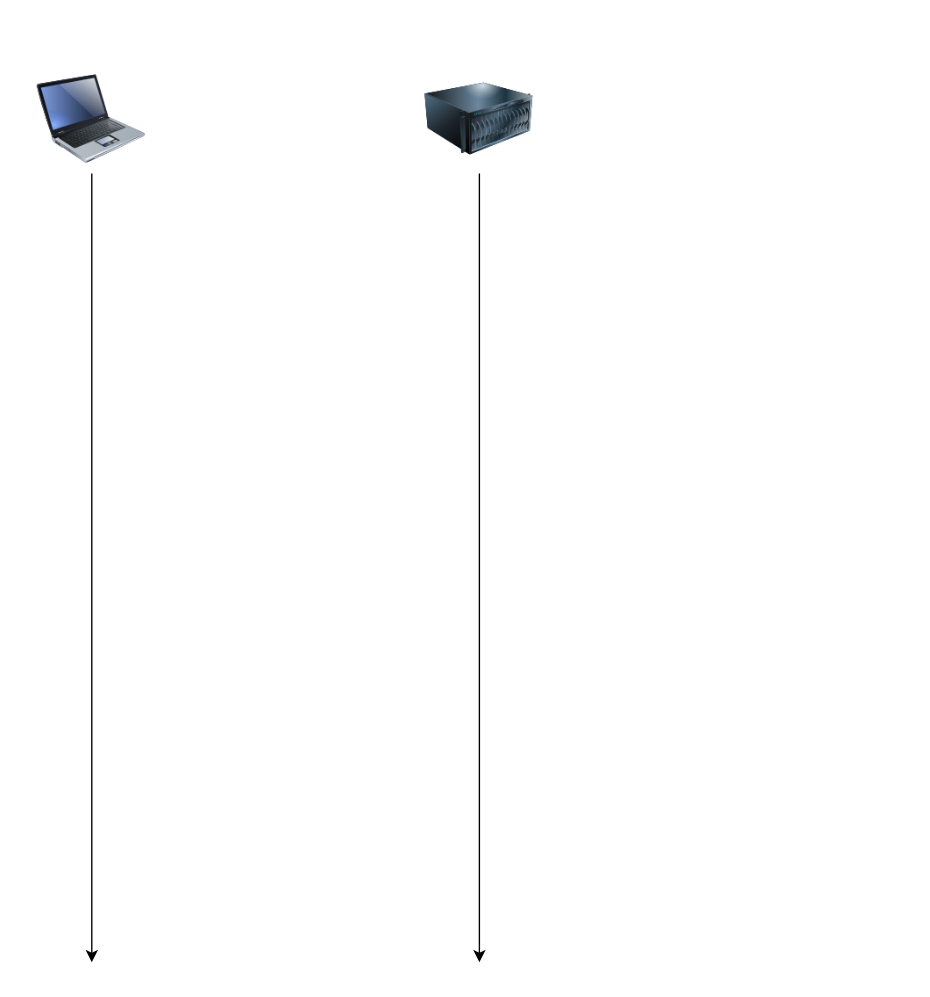
Above: http_tunnel_handshake.drawio in mayurprajapati/drawio (draw.io), before the change. Source tidied: cells renumbered, new cells numbered last; positions are measured from the earlier drawing's top-left corner, leaving out a move shared by most shapes. Both pictures are drawn from the tidied source at 136%, with x=0, y=0 at pixel (37, 64).
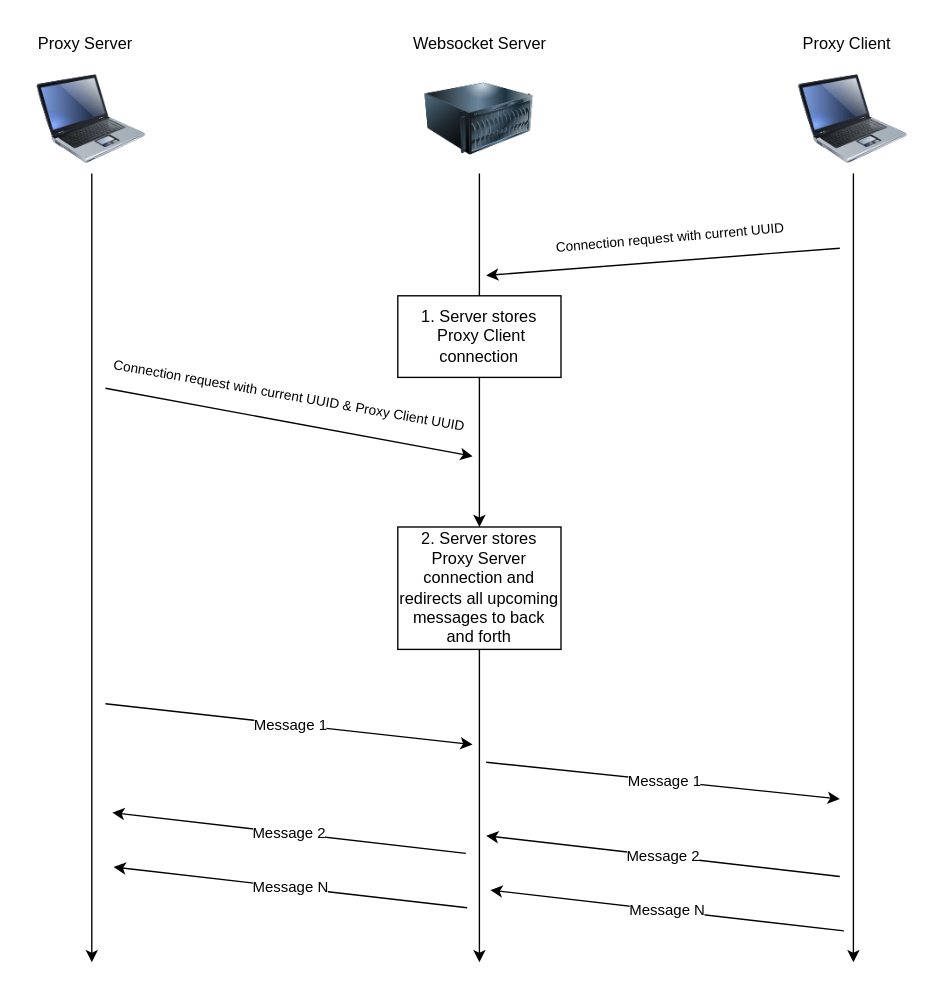
After the change.

Unchanged cells that the change refers to:
```xml
<mxCell id="3" style="image;html=1;image=img/lib/clip_art/computers/Server_128x128.png;" parent="1" vertex="1">
  <mxGeometry x="285" width="80" height="80" as="geometry" />
</mxCell>
```

Change to the diagram source:
```diff
@@
-    <mxCell id="2" style="edgeStyle=orthogonalEdgeStyle;rounded=0;jettySize=auto;html=1;" parent="1" edge="1" source="3">
+    <mxCell id="2" style="edgeStyle=orthogonalEdgeStyle;rounded=0;jettySize=auto;html=1;" parent="1" edge="1" source="17">
       <mxGeometry relative="1" as="geometry">
         <mxPoint x="325" y="660" as="targetPoint" />
       </mxGeometry>
     </mxCell>
@@
+    <mxCell id="6" style="endArrow=classic;html=1;rounded=0;" parent="1" edge="1">
+      <mxGeometry relative="1" as="geometry">
+        <mxPoint x="50" y="238" as="sourcePoint" />
+        <mxPoint x="320" y="288" as="targetPoint" />
+      </mxGeometry>
+    </mxCell>
+    <mxCell id="7" value="&lt;font style=&quot;font-size: 10px;&quot;&gt;Connection request with current UUID &amp;amp; Proxy Client UUID&lt;/font&gt;" style="text;html=1;align=center;verticalAlign=middle;strokeColor=none;fillColor=none;rotation=10;" parent="1" vertex="1">
+      <mxGeometry x="40" y="228" width="290" height="30" as="geometry" />
+    </mxCell>
+    <mxCell id="8" value="Proxy Server" style="text;html=1;align=center;verticalAlign=middle;strokeColor=none;fillColor=none;" parent="1" vertex="1">
+      <mxGeometry x="-10" y="-30" width="90" height="30" as="geometry" />
+    </mxCell>
+    <mxCell id="9" value="Websocket Server" style="text;html=1;align=center;verticalAlign=middle;strokeColor=none;fillColor=none;" parent="1" vertex="1">
+      <mxGeometry x="265" y="-30" width="120" height="30" as="geometry" />
+    </mxCell>
+    <mxCell id="10" style="image;html=1;image=img/lib/clip_art/computers/Laptop_128x128.png;" parent="1" vertex="1">
+      <mxGeometry x="560" width="80" height="80" as="geometry" />
+    </mxCell>
+    <mxCell id="11" style="edgeStyle=orthogonalEdgeStyle;rounded=0;jettySize=auto;html=1;" parent="1" edge="1" source="10">
+      <mxGeometry relative="1" as="geometry">
+        <mxPoint x="600" y="660" as="targetPoint" />
+      </mxGeometry>
+    </mxCell>
+    <mxCell id="12" value="Proxy Client" style="text;html=1;align=center;verticalAlign=middle;strokeColor=none;fillColor=none;" parent="1" vertex="1">
+      <mxGeometry x="550" y="-30" width="90" height="30" as="geometry" />
+    </mxCell>
+    <mxCell id="13" value="&lt;font style=&quot;font-size: 10px;&quot;&gt;Connection request with current UUID&lt;/font&gt;" style="text;html=1;align=center;verticalAlign=middle;strokeColor=none;fillColor=none;rotation=-5;" parent="1" vertex="1">
+      <mxGeometry x="370" y="112" width="190" height="30" as="geometry" />
+    </mxCell>
+    <mxCell id="14" style="endArrow=classic;html=1;rounded=0;" parent="1" edge="1">
+      <mxGeometry relative="1" as="geometry">
+        <mxPoint x="590" y="135" as="sourcePoint" />
+        <mxPoint x="330" y="155" as="targetPoint" />
+      </mxGeometry>
+    </mxCell>
+    <mxCell id="15" style="edgeStyle=orthogonalEdgeStyle;rounded=0;jettySize=auto;html=1;" parent="1" edge="1" source="3" target="17">
+      <mxGeometry relative="1" as="geometry" />
+    </mxCell>
+    <mxCell id="16" value="1. Server stores&lt;br&gt;&amp;nbsp;Proxy Client connection" style="rounded=0;whiteSpace=wrap;html=1;" parent="1" vertex="1">
+      <mxGeometry x="265" y="170" width="120" height="60" as="geometry" />
+    </mxCell>
+    <mxCell id="17" value="2. Server stores Proxy Server connection and redirects all upcoming messages to back and forth" style="rounded=0;whiteSpace=wrap;html=1;" parent="1" vertex="1">
+      <mxGeometry x="265" y="340" width="120" height="90" as="geometry" />
+    </mxCell>
+    <mxCell id="18" style="endArrow=classic;html=1;rounded=0;" parent="1" edge="1">
+      <mxGeometry relative="1" as="geometry">
+        <mxPoint x="50" y="470" as="sourcePoint" />
+        <mxPoint x="320" y="500" as="targetPoint" />
+      </mxGeometry>
+    </mxCell>
+    <mxCell id="19" value="Message 1" style="edgeLabel;html=1;align=center;verticalAlign=middle;" parent="18" vertex="1">
+      <mxGeometry relative="1" as="geometry" />
+    </mxCell>
+    <mxCell id="20" style="endArrow=classic;html=1;rounded=0;" parent="1" edge="1">
+      <mxGeometry relative="1" as="geometry">
+        <mxPoint x="330" y="513" as="sourcePoint" />
+        <mxPoint x="590" y="540" as="targetPoint" />
+      </mxGeometry>
+    </mxCell>
+    <mxCell id="21" value="Message 1" style="edgeLabel;html=1;align=center;verticalAlign=middle;" parent="20" vertex="1">
+      <mxGeometry relative="1" as="geometry" />
+    </mxCell>
+    <mxCell id="22" style="endArrow=classic;html=1;rounded=0;" parent="1" edge="1">
+      <mxGeometry relative="1" as="geometry">
+        <mxPoint x="590" y="597" as="sourcePoint" />
+        <mxPoint x="330" y="567" as="targetPoint" />
+      </mxGeometry>
+    </mxCell>
+    <mxCell id="23" value="Message 2" style="edgeLabel;html=1;align=center;verticalAlign=middle;" parent="22" vertex="1">
+      <mxGeometry relative="1" as="geometry" />
+    </mxCell>
+    <mxCell id="24" style="endArrow=classic;html=1;rounded=0;" parent="1" edge="1">
+      <mxGeometry relative="1" as="geometry">
+        <mxPoint x="315" y="580" as="sourcePoint" />
+        <mxPoint x="55" y="550" as="targetPoint" />
+      </mxGeometry>
+    </mxCell>
+    <mxCell id="25" value="Message 2" style="edgeLabel;html=1;align=center;verticalAlign=middle;" parent="24" vertex="1">
+      <mxGeometry relative="1" as="geometry" />
+    </mxCell>
+    <mxCell id="26" style="endArrow=classic;html=1;rounded=0;" parent="1" edge="1">
+      <mxGeometry relative="1" as="geometry">
+        <mxPoint x="316" y="620" as="sourcePoint" />
+        <mxPoint x="56" y="590" as="targetPoint" />
+      </mxGeometry>
+    </mxCell>
+    <mxCell id="27" value="Message N" style="edgeLabel;html=1;align=center;verticalAlign=middle;" parent="26" vertex="1">
+      <mxGeometry relative="1" as="geometry" />
+    </mxCell>
+    <mxCell id="28" style="endArrow=classic;html=1;rounded=0;" parent="1" edge="1">
+      <mxGeometry relative="1" as="geometry">
+        <mxPoint x="593" y="637" as="sourcePoint" />
+        <mxPoint x="333" y="607" as="targetPoint" />
+      </mxGeometry>
+    </mxCell>
+    <mxCell id="29" value="Message N" style="edgeLabel;html=1;align=center;verticalAlign=middle;" parent="28" vertex="1">
+      <mxGeometry relative="1" as="geometry" />
+    </mxCell>
```
